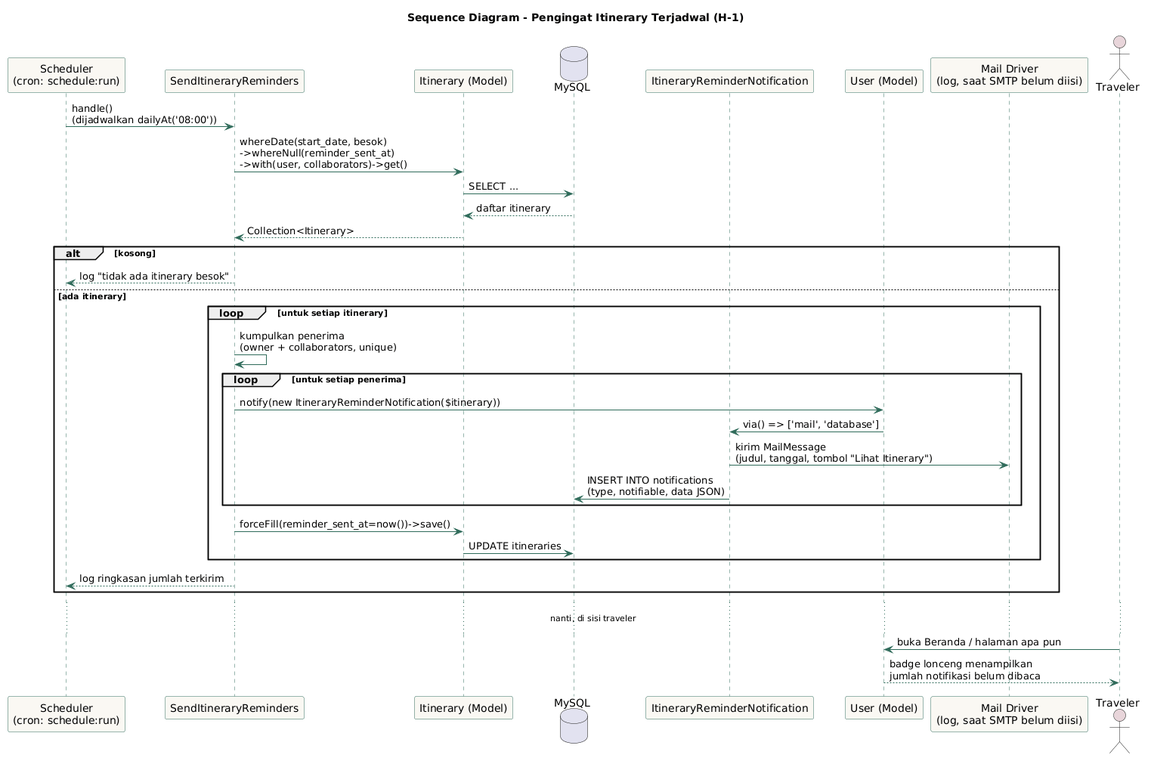
anugrahhhhh/tripplane-jogja-itenary keeps this PlantUML diagram as docs/uml-plantuml/13-sequence-reminder.png. Above is the earlier version. The source it was exported from:
```plantuml
@startuml
title Sequence Diagram - Pengingat Itinerary Terjadwal (H-1)

skinparam sequence {
  ArrowColor #2F6B5A
  LifeLineBorderColor #2F6B5A
  ParticipantBorderColor #2F6B5A
  ParticipantBackgroundColor #FAF8F3
  ActorBackgroundColor #E8D5DA
}

participant "Scheduler\n(cron: schedule:run)" as Cron
participant "SendItineraryReminders" as Cmd
participant "Itinerary (Model)" as Itin
database "MySQL" as DB
participant "ItineraryReminderNotification" as Notif
participant "User (Model)" as UserModel
participant "Mail Driver\n(log, saat SMTP belum diisi)" as Mail

Cron -> Cmd : handle()\n(dijadwalkan dailyAt('08:00'))
Cmd -> Itin : whereDate(start_date, besok)\n->whereNull(reminder_sent_at)\n->with(user, collaborators)->get()
Itin -> DB : SELECT ...
DB --> Itin : daftar itinerary
Itin --> Cmd : Collection<Itinerary>

alt kosong
  Cmd --> Cron : log "tidak ada itinerary besok"
else ada itinerary
  loop untuk setiap itinerary
    Cmd -> Cmd : kumpulkan penerima\n(owner + collaborators, unique)
    loop untuk setiap penerima
      Cmd -> UserModel : notify(new ItineraryReminderNotification($itinerary))
      UserModel -> Notif : via() => ['mail', 'database']
      Notif -> Mail : kirim MailMessage\n(judul, tanggal, tombol "Lihat Itinerary")
      Notif -> DB : INSERT INTO notifications\n(type, notifiable, data JSON)
    end
    Cmd -> Itin : forceFill(reminder_sent_at=now())->save()
    Itin -> DB : UPDATE itineraries
  end
  Cmd --> Cron : log ringkasan jumlah terkirim
end

... nanti, di sisi traveler ...
actor Traveler
Traveler -> UserModel : buka Beranda / halaman apa pun
UserModel --> Traveler : badge lonceng menampilkan\njumlah notifikasi belum dibaca
@enduml
```
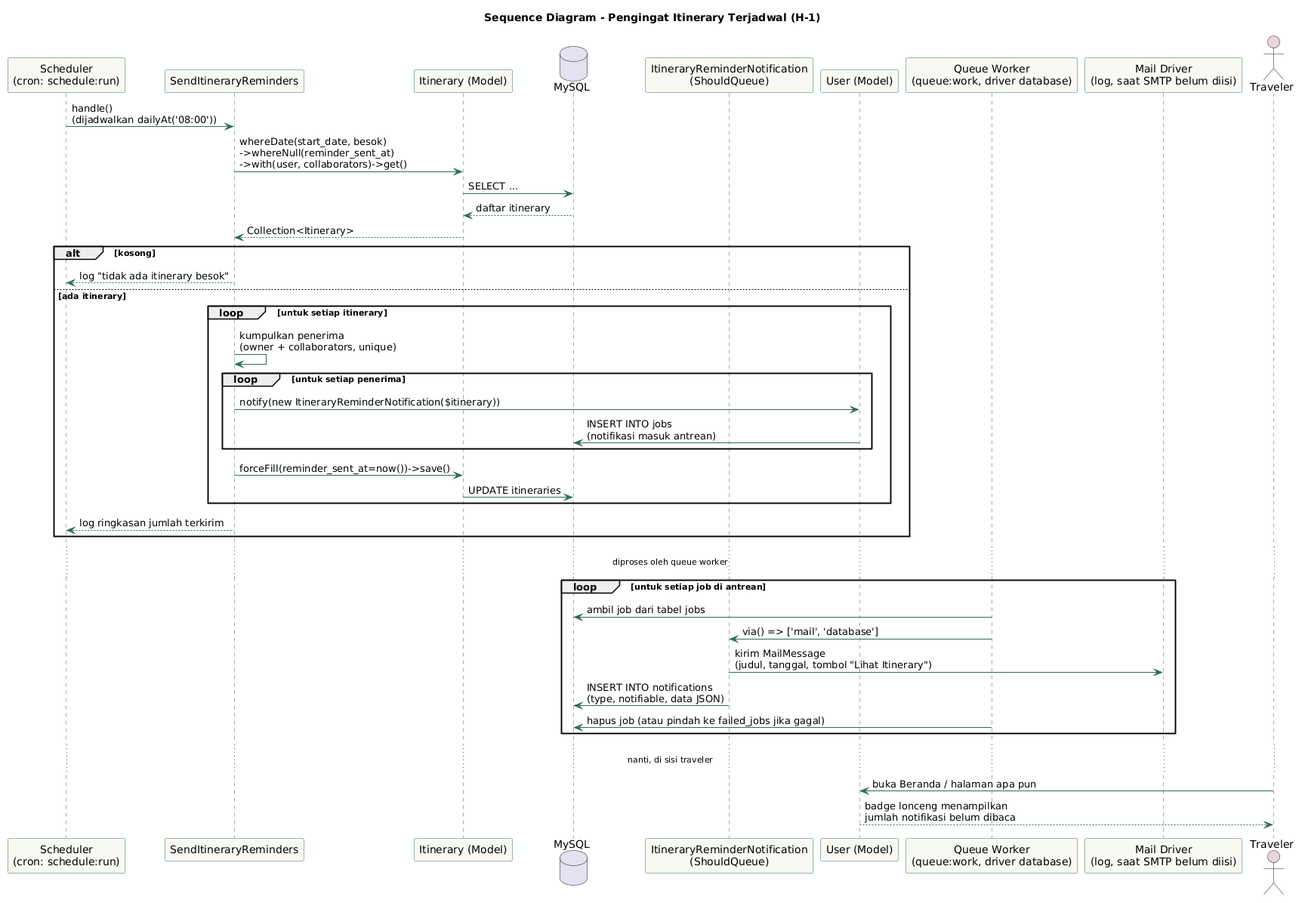
After the change.

The edit, as a diff of the source:
```diff
@@ -13,8 +13,9 @@
 participant "SendItineraryReminders" as Cmd
 participant "Itinerary (Model)" as Itin
 database "MySQL" as DB
-participant "ItineraryReminderNotification" as Notif
+participant "ItineraryReminderNotification\n(ShouldQueue)" as Notif
 participant "User (Model)" as UserModel
+participant "Queue Worker\n(queue:work, driver database)" as Worker
 participant "Mail Driver\n(log, saat SMTP belum diisi)" as Mail
 
 Cron -> Cmd : handle()\n(dijadwalkan dailyAt('08:00'))
@@ -30,9 +31,7 @@
     Cmd -> Cmd : kumpulkan penerima\n(owner + collaborators, unique)
     loop untuk setiap penerima
       Cmd -> UserModel : notify(new ItineraryReminderNotification($itinerary))
-      UserModel -> Notif : via() => ['mail', 'database']
-      Notif -> Mail : kirim MailMessage\n(judul, tanggal, tombol "Lihat Itinerary")
-      Notif -> DB : INSERT INTO notifications\n(type, notifiable, data JSON)
+      UserModel -> DB : INSERT INTO jobs\n(notifikasi masuk antrean)
     end
     Cmd -> Itin : forceFill(reminder_sent_at=now())->save()
     Itin -> DB : UPDATE itineraries
@@ -40,6 +39,15 @@
   Cmd --> Cron : log ringkasan jumlah terkirim
 end
 
+... diproses oleh queue worker ...
+loop untuk setiap job di antrean
+  Worker -> DB : ambil job dari tabel jobs
+  Worker -> Notif : via() => ['mail', 'database']
+  Notif -> Mail : kirim MailMessage\n(judul, tanggal, tombol "Lihat Itinerary")
+  Notif -> DB : INSERT INTO notifications\n(type, notifiable, data JSON)
+  Worker -> DB : hapus job (atau pindah ke failed_jobs jika gagal)
+end
+
 ... nanti, di sisi traveler ...
 actor Traveler
 Traveler -> UserModel : buka Beranda / halaman apa pun
```
